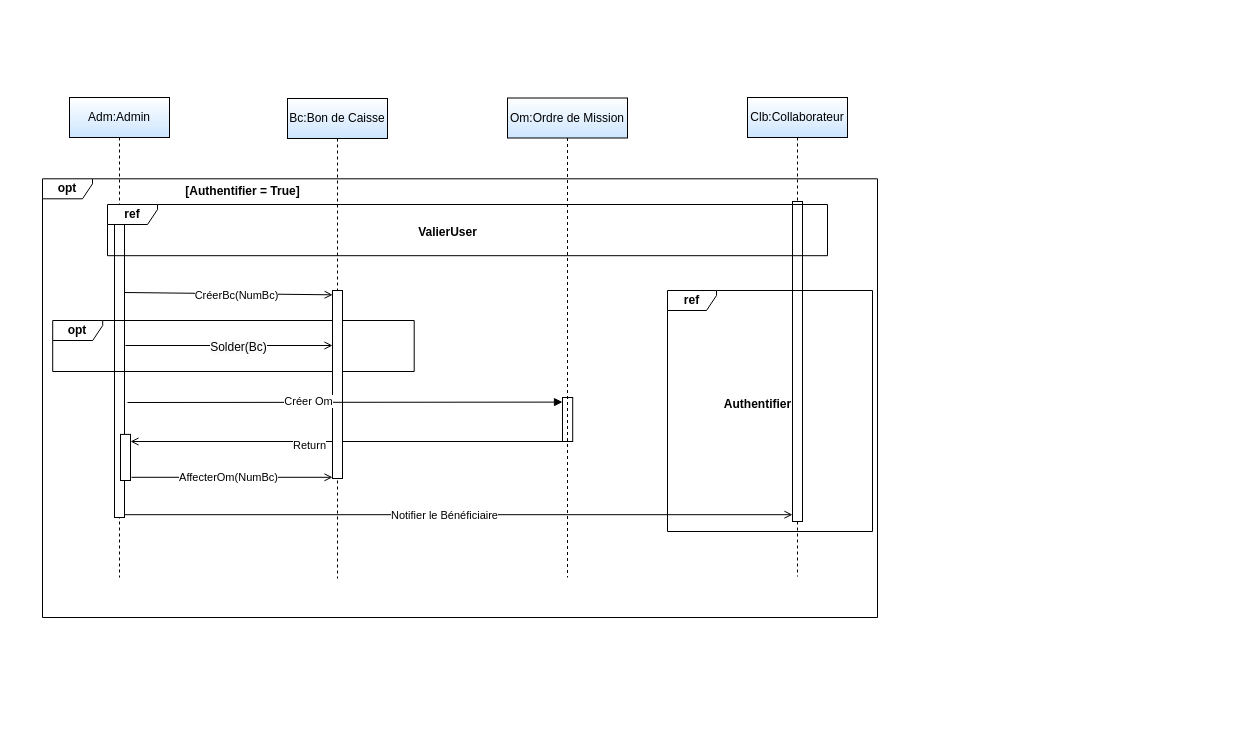
This is page "Page-1" (1 of 2) of Untitled Diagram.drawio from BARIGOU-Imane/Gestion-des-Ordres-de-Mission, a draw.io file, before an edit. Source tidied: cells renumbered, new cells numbered last; positions are measured from the earlier drawing's top-left corner, leaving out a move shared by most shapes. Both pictures are drawn from the tidied source at 100%, with x=0, y=0 at pixel (42, 97).
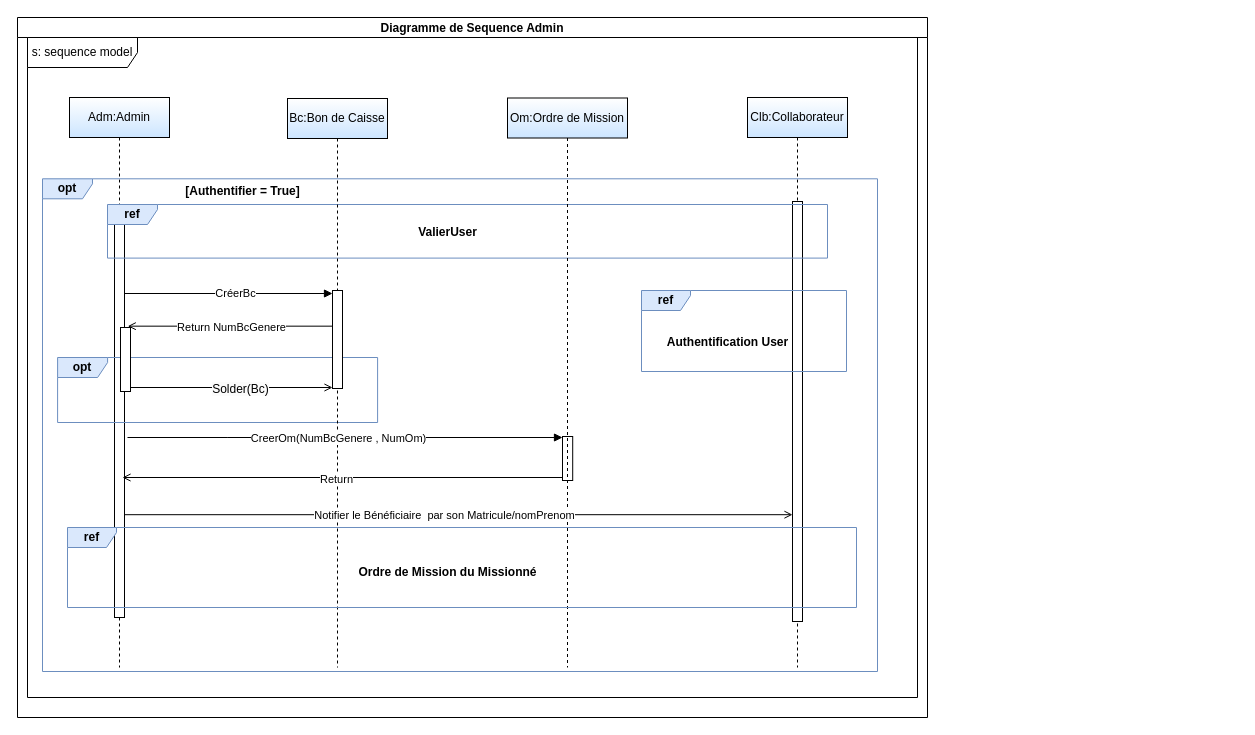
The same page after the edit.

The change refers to these unchanged cells:
```xml
<mxCell id="8" style="group;" parent="5" vertex="1">
  <mxGeometry x="5.1" y="100" width="366.6" height="199" as="geometry" />
</mxCell>
<mxCell id="25" style="endArrow=open;endFill=1;html=1;rounded=0;" parent="1" edge="1" target="17">
  <mxGeometry relative="1" as="geometry">
    <mxPoint x="82" y="417.2" as="sourcePoint" />
  </mxGeometry>
</mxCell>
```

Change to the diagram source:
```diff
@@
     <mxCell id="2" value="Adm:Admin" style="shape=umlLifeline;perimeter=lifelinePerimeter;whiteSpace=wrap;html=1;newEdgeStyle={&quot;edgeStyle&quot;:&quot;elbowEdgeStyle&quot;,&quot;elbow&quot;:&quot;vertical&quot;,&quot;curved&quot;:0,&quot;rounded&quot;:0};fillColor=default;strokeColor=#000000;gradientColor=#CCE5FF;" parent="1" vertex="1">
-      <mxGeometry x="27" width="100" height="480" as="geometry" />
+      <mxGeometry x="27" width="100" height="570" as="geometry" />
     </mxCell>
     <mxCell id="3" style="html=1;points=[];perimeter=orthogonalPerimeter;outlineConnect=0;targetShapes=umlLifeline;portConstraint=eastwest;newEdgeStyle={&quot;edgeStyle&quot;:&quot;elbowEdgeStyle&quot;,&quot;elbow&quot;:&quot;vertical&quot;,&quot;curved&quot;:0,&quot;rounded&quot;:0};" parent="2" vertex="1">
-      <mxGeometry x="45" y="110" width="10" height="310" as="geometry" />
+      <mxGeometry x="45" y="110" width="10" height="410" as="geometry" />
     </mxCell>
     <mxCell id="4" value="Clb:Collaborateur" style="shape=umlLifeline;perimeter=lifelinePerimeter;whiteSpace=wrap;html=1;newEdgeStyle={&quot;edgeStyle&quot;:&quot;elbowEdgeStyle&quot;,&quot;elbow&quot;:&quot;vertical&quot;,&quot;curved&quot;:0,&quot;rounded&quot;:0};gradientColor=#CCE5FF;" parent="1" vertex="1">
-      <mxGeometry x="705" width="100" height="479" as="geometry" />
+      <mxGeometry x="705" width="100" height="570" as="geometry" />
     </mxCell>
-    <mxCell id="5" style="group;" parent="1" vertex="1">
-      <mxGeometry y="84" width="1025" height="443" as="geometry" />
+    <mxCell id="5" style="group;fillColor=none;" parent="1" vertex="1">
+      <mxGeometry y="84" width="1195" height="490" as="geometry" />
     </mxCell>
-    <mxCell id="6" value="&lt;b&gt;opt&lt;/b&gt;" style="shape=umlFrame;whiteSpace=wrap;html=1;width=50;height=20;" parent="5" vertex="1">
-      <mxGeometry y="-2.7" width="835" height="438.7" as="geometry" />
+    <mxCell id="6" value="&lt;b&gt;opt&lt;/b&gt;" style="shape=umlFrame;whiteSpace=wrap;html=1;width=50;height=20;fillColor=#dae8fc;strokeColor=#6c8ebf;" parent="5" vertex="1">
+      <mxGeometry y="-2.7" width="835" height="492.7" as="geometry" />
     </mxCell>
@@
-    <mxCell id="9" value="&lt;b&gt;opt&lt;/b&gt;" style="shape=umlFrame;whiteSpace=wrap;html=1;width=50;height=20;" parent="8" vertex="1">
-      <mxGeometry x="5.1" y="39" width="361.5" height="51" as="geometry" />
+    <mxCell id="9" value="&lt;b&gt;opt&lt;/b&gt;" style="shape=umlFrame;whiteSpace=wrap;html=1;width=50;height=20;fillColor=#dae8fc;strokeColor=#6c8ebf;" parent="8" vertex="1">
+      <mxGeometry x="10" y="76" width="320" height="65" as="geometry" />
     </mxCell>
     <mxCell id="10" style="html=1;points=[];perimeter=orthogonalPerimeter;outlineConnect=0;targetShapes=umlLifeline;portConstraint=eastwest;newEdgeStyle={&quot;edgeStyle&quot;:&quot;elbowEdgeStyle&quot;,&quot;elbow&quot;:&quot;vertical&quot;,&quot;curved&quot;:0,&quot;rounded&quot;:0};" parent="8" vertex="1">
-      <mxGeometry x="72.9" y="152.9" width="10" height="46.1" as="geometry" />
+      <mxGeometry x="72.9" y="46" width="10" height="64" as="geometry" />
     </mxCell>
+    <mxCell id="32" style="html=1;verticalAlign=bottom;endArrow=block;curved=0;rounded=0;" parent="8" edge="1" source="3">
+      <mxGeometry relative="1" as="geometry">
+        <mxPoint x="284.9" y="12" as="targetPoint" />
+      </mxGeometry>
+    </mxCell>
+    <mxCell id="33" value="CréerBc" style="edgeLabel;html=1;align=center;verticalAlign=middle;" parent="32" vertex="1">
+      <mxGeometry x="0.06" y="1" relative="1" as="geometry" />
+    </mxCell>
     <mxCell id="11" style="html=1;points=[];perimeter=orthogonalPerimeter;outlineConnect=0;targetShapes=umlLifeline;portConstraint=eastwest;newEdgeStyle={&quot;edgeStyle&quot;:&quot;elbowEdgeStyle&quot;,&quot;elbow&quot;:&quot;vertical&quot;,&quot;curved&quot;:0,&quot;rounded&quot;:0};" parent="5" vertex="1">
-      <mxGeometry x="520" y="216" width="10.2" height="44" as="geometry" />
+      <mxGeometry x="520" y="255" width="10.2" height="44" as="geometry" />
     </mxCell>
-    <mxCell id="12" style="endArrow=open;endFill=1;html=1;rounded=0;" parent="5" edge="1" target="10">
-      <mxGeometry relative="1" as="geometry">
-        <mxPoint x="520" y="260" as="sourcePoint" />
-      </mxGeometry>
-    </mxCell>
-    <mxCell id="13" value="Return" style="edgeLabel;html=1;align=center;verticalAlign=middle;" parent="12" vertex="1">
-      <mxGeometry x="0.07" relative="1" as="geometry">
-        <mxPoint x="-23" y="3" as="offset" />
-      </mxGeometry>
-    </mxCell>
-    <mxCell id="14" style="endArrow=open;endFill=1;html=1;rounded=0;" parent="5" edge="1" target="23">
-      <mxGeometry relative="1" as="geometry">
-        <mxPoint x="89" y="295.8" as="sourcePoint" />
-      </mxGeometry>
-    </mxCell>
-    <mxCell id="15" value="AffecterOm(NumBc)" style="edgeLabel;html=1;align=center;verticalAlign=middle;" parent="14" vertex="1">
-      <mxGeometry x="-0.05" relative="1" as="geometry">
-        <mxPoint x="1" as="offset" />
-      </mxGeometry>
-    </mxCell>
-    <mxCell id="16" value="&lt;b&gt;Authentifier&lt;/b&gt;" style="text;html=1;align=center;verticalAlign=middle;strokeColor=none;fillColor=none;" parent="5" vertex="1">
-      <mxGeometry x="670" y="207.6" width="90" height="30" as="geometry" />
+    <mxCell id="16" value="&lt;b&gt;Authentification User&lt;/b&gt;" style="text;html=1;align=center;verticalAlign=middle;strokeColor=none;fillColor=none;" parent="5" vertex="1">
+      <mxGeometry x="615" y="146" width="140" height="30" as="geometry" />
     </mxCell>
     <mxCell id="17" style="html=1;points=[];perimeter=orthogonalPerimeter;outlineConnect=0;targetShapes=umlLifeline;portConstraint=eastwest;newEdgeStyle={&quot;edgeStyle&quot;:&quot;elbowEdgeStyle&quot;,&quot;elbow&quot;:&quot;vertical&quot;,&quot;curved&quot;:0,&quot;rounded&quot;:0};" parent="5" vertex="1">
-      <mxGeometry x="750" y="20" width="10" height="320" as="geometry" />
+      <mxGeometry x="750" y="20" width="10" height="420" as="geometry" />
     </mxCell>
     <mxCell id="18" style="group;labelBackgroundColor=none;textShadow=0;fontColor=default;labelBorderColor=default;fillColor=none;" parent="5" vertex="1">
-      <mxGeometry x="65" y="23" width="720" height="64" as="geometry" />
+      <mxGeometry x="65" y="23" width="720" height="67" as="geometry" />
     </mxCell>
-    <mxCell id="19" value="&lt;b&gt;ref&lt;/b&gt;" style="shape=umlFrame;whiteSpace=wrap;html=1;width=50;height=20;" parent="18" vertex="1">
-      <mxGeometry width="720" height="51.2" as="geometry" />
+    <mxCell id="19" value="&lt;b&gt;ref&lt;/b&gt;" style="shape=umlFrame;whiteSpace=wrap;html=1;width=50;height=20;fillColor=#dae8fc;strokeColor=#6c8ebf;" parent="18" vertex="1">
+      <mxGeometry width="720" height="53.6" as="geometry" />
     </mxCell>
     <mxCell id="20" value="&lt;b&gt;ValierUser&lt;/b&gt;" style="text;html=1;align=center;verticalAlign=middle;strokeColor=none;fillColor=none;" parent="18" vertex="1">
-      <mxGeometry x="300" y="12.8" width="80" height="30" as="geometry" />
+      <mxGeometry x="300" y="13.4" width="80" height="30" as="geometry" />
     </mxCell>
-    <mxCell id="21" value="&lt;b&gt;ref&lt;/b&gt;" style="shape=umlFrame;whiteSpace=wrap;html=1;width=49;height=20;" parent="5" vertex="1">
-      <mxGeometry x="625" y="109" width="205" height="241" as="geometry" />
+    <mxCell id="21" value="&lt;b&gt;ref&lt;/b&gt;" style="shape=umlFrame;whiteSpace=wrap;html=1;width=49;height=20;fillColor=#dae8fc;strokeColor=#6c8ebf;" parent="5" vertex="1">
+      <mxGeometry x="599" y="109" width="205" height="81" as="geometry" />
     </mxCell>
+    <mxCell id="34" value="&lt;b&gt;Ordre de Mission du Missionné&lt;/b&gt;" style="text;html=1;align=center;verticalAlign=middle;strokeColor=none;fillColor=none;" parent="5" vertex="1">
+      <mxGeometry x="305" y="376" width="200" height="30" as="geometry" />
+    </mxCell>
     <mxCell id="22" value="Bc:Bon de Caisse" style="shape=umlLifeline;perimeter=lifelinePerimeter;whiteSpace=wrap;html=1;newEdgeStyle={&quot;edgeStyle&quot;:&quot;elbowEdgeStyle&quot;,&quot;elbow&quot;:&quot;vertical&quot;,&quot;curved&quot;:0,&quot;rounded&quot;:0};gradientColor=#CCE5FF;" parent="1" vertex="1">
-      <mxGeometry x="245" y="1" width="100" height="480" as="geometry" />
+      <mxGeometry x="245" y="1" width="100" height="569" as="geometry" />
     </mxCell>
     <mxCell id="23" style="html=1;points=[];perimeter=orthogonalPerimeter;outlineConnect=0;targetShapes=umlLifeline;portConstraint=eastwest;newEdgeStyle={&quot;edgeStyle&quot;:&quot;elbowEdgeStyle&quot;,&quot;elbow&quot;:&quot;vertical&quot;,&quot;curved&quot;:0,&quot;rounded&quot;:0};" parent="22" vertex="1">
-      <mxGeometry x="45" y="192" width="10" height="188" as="geometry" />
+      <mxGeometry x="45" y="192" width="10" height="98" as="geometry" />
     </mxCell>
     <mxCell id="24" value="Om:Ordre de Mission" style="shape=umlLifeline;perimeter=lifelinePerimeter;whiteSpace=wrap;html=1;newEdgeStyle={&quot;edgeStyle&quot;:&quot;elbowEdgeStyle&quot;,&quot;elbow&quot;:&quot;vertical&quot;,&quot;curved&quot;:0,&quot;rounded&quot;:0};gradientColor=#CCE5FF;" parent="1" vertex="1">
-      <mxGeometry x="465" y="0.5" width="120" height="479.5" as="geometry" />
+      <mxGeometry x="465" y="0.5" width="120" height="569.5" as="geometry" />
     </mxCell>
@@
-    <mxCell id="26" value="Notifier le Bénéficiaire" style="edgeLabel;html=1;align=center;verticalAlign=middle;" parent="25" vertex="1">
+    <mxCell id="26" value="Notifier le Bénéficiaire&amp;nbsp; par son Matricule/nomPrenom" style="edgeLabel;html=1;align=center;verticalAlign=middle;" parent="25" vertex="1">
       <mxGeometry x="-0.05" relative="1" as="geometry">
         <mxPoint x="2" as="offset" />
       </mxGeometry>
     </mxCell>
-    <mxCell id="27" style="endArrow=open;endFill=1;html=1;rounded=0;entryX=0.012;entryY=0.023;entryDx=0;entryDy=0;entryPerimeter=0;" parent="1" edge="1" target="23">
-      <mxGeometry relative="1" as="geometry">
-        <mxPoint x="82" y="195" as="sourcePoint" />
-      </mxGeometry>
-    </mxCell>
-    <mxCell id="28" value="CréerBc(NumBc)" style="edgeLabel;html=1;align=center;verticalAlign=middle;" parent="27" vertex="1">
-      <mxGeometry x="0.08" y="-1" relative="1" as="geometry" />
-    </mxCell>
-    <mxCell id="29" value="Créer Om" style="html=1;verticalAlign=bottom;endArrow=block;edgeStyle=elbowEdgeStyle;elbow=vertical;curved=0;rounded=0;entryX=0.491;entryY=0.057;entryDx=0;entryDy=0;entryPerimeter=0;" parent="1" edge="1">
-      <mxGeometry x="-0.17" y="-8" relative="1" as="geometry">
-        <mxPoint x="85" y="305" as="sourcePoint" />
-        <mxPoint x="520" y="305" as="targetPoint" />
+    <mxCell id="29" value="CreerOm(NumBcGenere , NumOm)" style="html=1;verticalAlign=bottom;endArrow=block;edgeStyle=elbowEdgeStyle;elbow=horizontal;curved=0;rounded=0;entryX=0.491;entryY=0.057;entryDx=0;entryDy=0;entryPerimeter=0;" parent="1" edge="1">
+      <mxGeometry x="-0.03" y="-10" relative="1" as="geometry">
+        <mxPoint x="85" y="340" as="sourcePoint" />
+        <mxPoint x="520" y="340" as="targetPoint" />
         <Array as="points">
-          <mxPoint x="185.4" y="304.6" />
+          <mxPoint x="185.4" y="339.6" />
         </Array>
       </mxGeometry>
     </mxCell>
+    <mxCell id="35" style="endArrow=open;endFill=1;html=1;rounded=0;entryX=0.725;entryY=-0.021;entryDx=0;entryDy=0;entryPerimeter=0;" parent="1" edge="1" source="23" target="10">
+      <mxGeometry relative="1" as="geometry" />
+    </mxCell>
+    <mxCell id="36" value="Return NumBcGenere" style="edgeLabel;html=1;align=center;verticalAlign=middle;" parent="35" vertex="1">
+      <mxGeometry x="0.07" relative="1" as="geometry">
+        <mxPoint x="8" y="1" as="offset" />
+      </mxGeometry>
+    </mxCell>
-    <mxCell id="30" style="endArrow=open;endFill=1;html=1;rounded=0;" parent="1" edge="1" target="23">
+    <mxCell id="30" style="endArrow=open;endFill=1;html=1;rounded=0;" parent="1" edge="1" source="10">
       <mxGeometry relative="1" as="geometry">
-        <mxPoint x="83" y="248" as="sourcePoint" />
+        <mxPoint x="290" y="290" as="targetPoint" />
       </mxGeometry>
     </mxCell>
@@
+    <mxCell id="37" style="endArrow=open;endFill=1;html=1;rounded=0;" parent="1" edge="1" source="11">
+      <mxGeometry relative="1" as="geometry">
+        <mxPoint x="80" y="380" as="targetPoint" />
+      </mxGeometry>
+    </mxCell>
+    <mxCell id="13" value="Return" style="edgeLabel;html=1;align=center;verticalAlign=middle;" parent="37" vertex="1">
+      <mxGeometry x="0.07" relative="1" as="geometry">
+        <mxPoint x="8" y="1" as="offset" />
+      </mxGeometry>
+    </mxCell>
+    <mxCell id="38" value="&lt;b&gt;ref&lt;/b&gt;" style="shape=umlFrame;whiteSpace=wrap;html=1;width=49;height=20;fillColor=#dae8fc;strokeColor=#6c8ebf;" parent="1" vertex="1">
+      <mxGeometry x="25" y="430" width="789" height="80" as="geometry" />
+    </mxCell>
+    <mxCell id="39" value="Diagramme de Sequence Admin" style="swimlane;startSize=20;" parent="1" vertex="1">
+      <mxGeometry x="-25" y="-80" width="910" height="700" as="geometry" />
+    </mxCell>
+    <mxCell id="40" value="s: sequence model" style="shape=umlFrame;whiteSpace=wrap;html=1;width=110;height=30;" parent="39" vertex="1">
+      <mxGeometry x="10" y="20" width="890" height="660" as="geometry" />
+    </mxCell>
```
